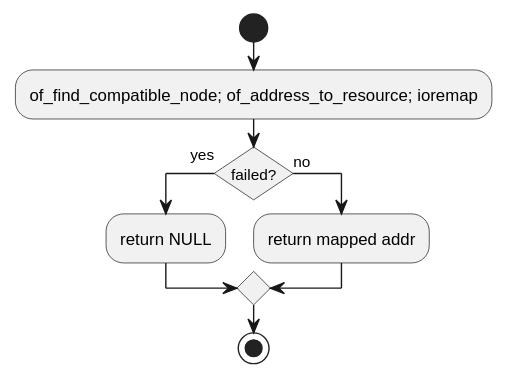
Earlier version of the PlantUML export c1_sdd_linux-ipcs/cursor_tmp/flow_svgs/linux_6_5_13_ipcsOsMapIntc.svg (Mastang1/sad_sdd_proj).
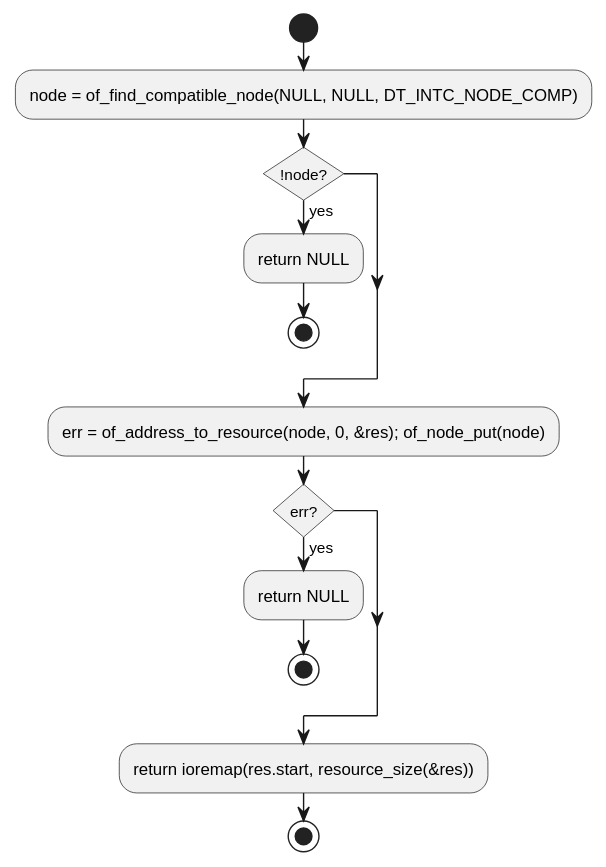
The same file after the commit.

Diff of the diagram source:
```diff
@@ -3,11 +3,16 @@
 skinparam conditionStyle insideDiamond
 skinparam linetype ortho
 start
-:of_find_compatible_node; of_address_to_resource; ioremap;
-if (failed?) then (yes)
+:node = of_find_compatible_node(NULL, NULL, DT_INTC_NODE_COMP);
+if (!node?) then (yes)
   :return NULL;
-else (no)
-  :return mapped addr;
+stop
 endif
+:err = of_address_to_resource(node, 0, &res); of_node_put(node);
+if (err?) then (yes)
+  :return NULL;
+stop
+endif
+:return ioremap(res.start, resource_size(&res));
 stop
 @enduml
```
